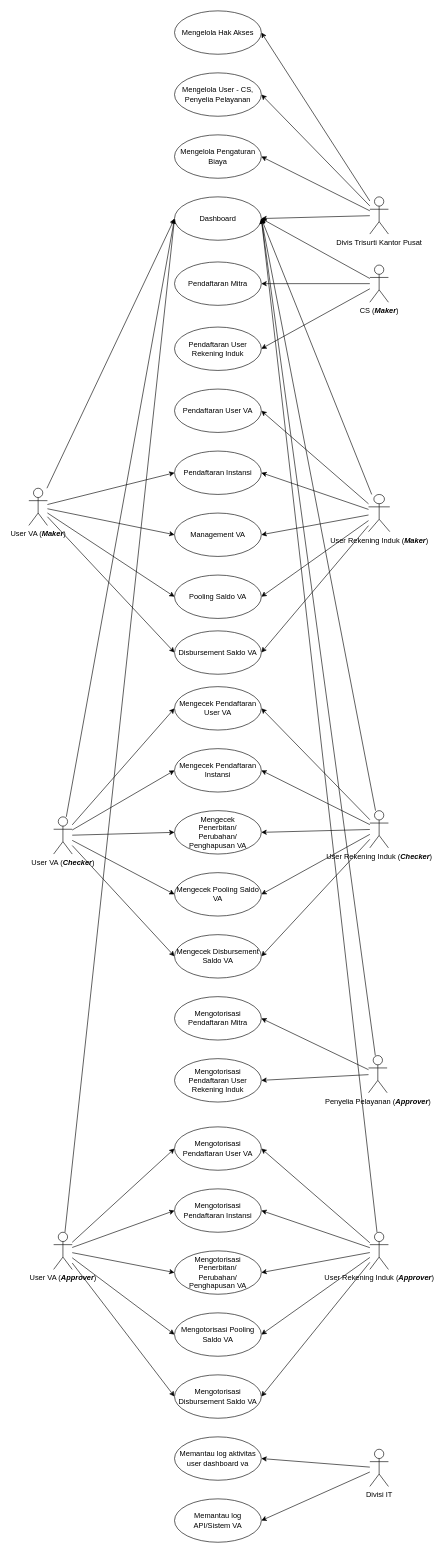
This is page "Use Case" (2 of 14) of actor-or-user-role.drawio from aribrilliantsyah/fsd_va_bpd_diy, a draw.io file, before an edit. Source tidied: cells renumbered, new cells numbered last; positions are measured from the earlier drawing's top-left corner, leaving out a move shared by most shapes. Both pictures are drawn from the tidied source at 62%, with x=0, y=0 at pixel (29, 11).
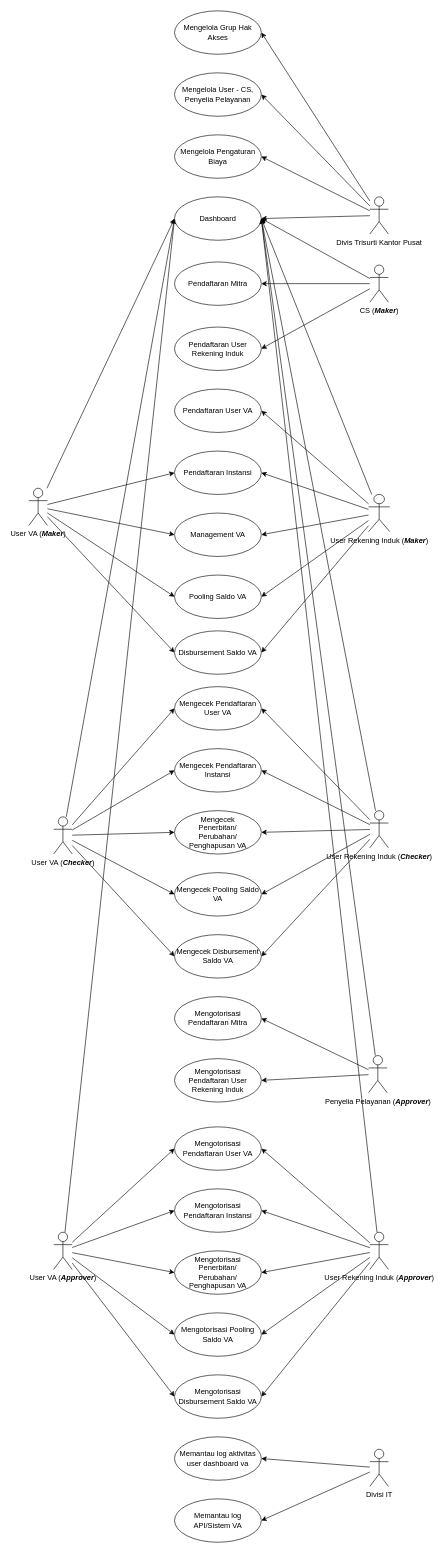
Above is the later version.

Change to the diagram source:
```diff
@@
-    <mxCell id="78" value="Mengelola Hak Akses" style="ellipse;whiteSpace=wrap;html=1;" parent="1" vertex="1">
+    <mxCell id="78" value="Mengelola Grup Hak Akses" style="ellipse;whiteSpace=wrap;html=1;" parent="1" vertex="1">
       <mxGeometry x="235" width="140" height="70" as="geometry" />
     </mxCell>
```
